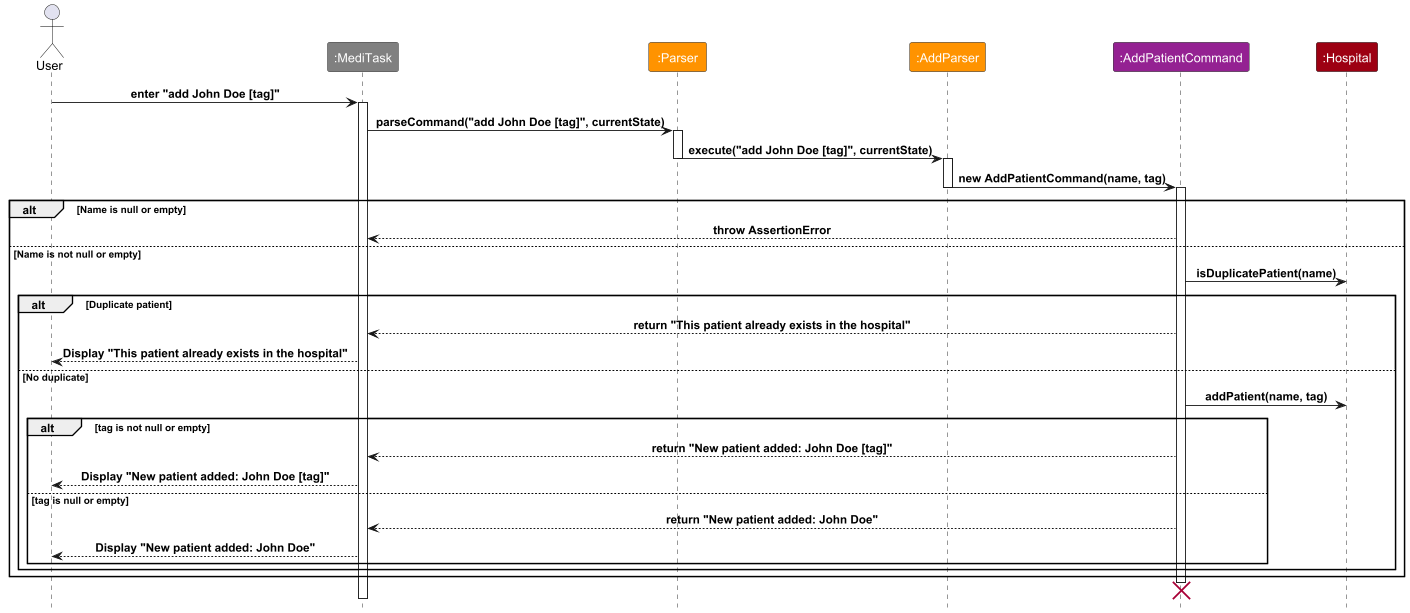
Before: docs/images/AddPatientSequenceDiagram.png, a diagram exported from PlantUML (nus-cs2113-AY2425S1/tp).
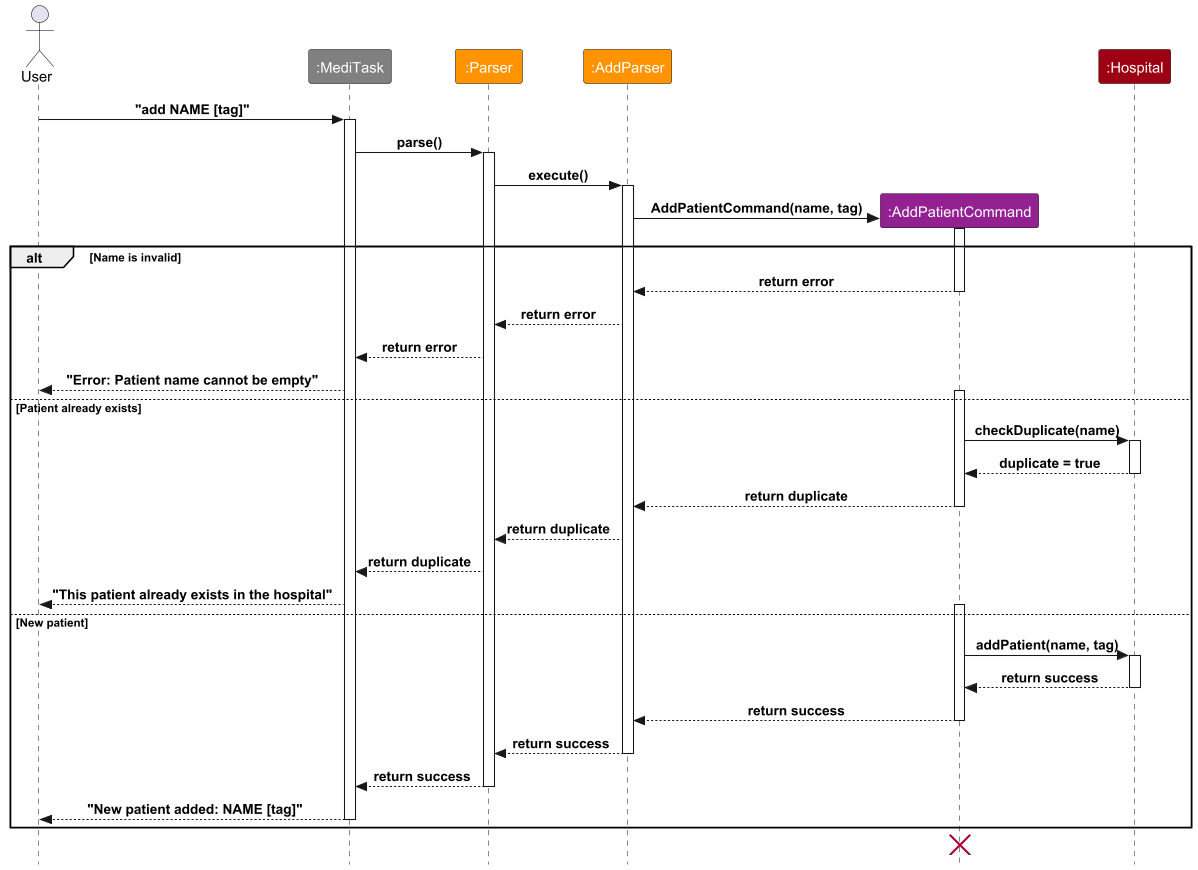
Above is the later version.

Commit message:
Fix Add Patient Sequence Diagram

Changes made:
* Removed unecessary wording to increase readability
* Fixed issue where back arrow skips Parser and AddParser
before returning
* Ensure that object creation is accurately shown

These updates enhance readability,making the diagrams more intuitive
for users to read.

Change to the diagram source:
```diff
@@ -1,7 +1,7 @@
 @startuml
 
 !include style.puml
-skinparam ArrowFormatStyle plain
+skinparam style strictuml
 
 scale 1.5
 
@@ -12,38 +12,50 @@
 participant ":AddPatientCommand" as AddPatientCommand COMMAND_COLOR
 participant ":Hospital" as hospital DATA_COLOR
 
-User -> MediTask : enter "add John Doe [tag]"
+User -> MediTask : "add NAME [tag]"
 activate MediTask
-MediTask -> Parser : parseCommand("add John Doe [tag]", currentState)
+MediTask -> Parser : parse()
 activate Parser
-Parser -> AddParser : execute("add John Doe [tag]", currentState)
-deactivate Parser
+Parser -> AddParser : execute()
+
 activate AddParser
-AddParser -> AddPatientCommand : new AddPatientCommand(name, tag)
-deactivate AddParser
-activate AddPatientCommand
+create AddPatientCommand
+AddParser -> AddPatientCommand : AddPatientCommand(name, tag)
 
-alt Name is null or empty
-    AddPatientCommand --> MediTask : throw AssertionError
-else Name is not null or empty
-    AddPatientCommand -> hospital : isDuplicatePatient(name)
-    alt Duplicate patient
-        AddPatientCommand --> MediTask : return "This patient already exists in the hospital"
-        MediTask --> User : Display "This patient already exists in the hospital"
-    else No duplicate
-        AddPatientCommand -> hospital : addPatient(name, tag)
-        alt tag is not null or empty
-            AddPatientCommand --> MediTask : return "New patient added: John Doe [tag]"
-            MediTask --> User : Display "New patient added: John Doe [tag]"
-        else tag is null or empty
-            AddPatientCommand --> MediTask : return "New patient added: John Doe"
-            MediTask --> User : Display "New patient added: John Doe"
-        end
-    end
+alt Name is invalid
+    activate AddPatientCommand
+    AddPatientCommand --> AddParser : return error
+    deactivate AddPatientCommand
+    AddParser --> Parser : return error
+    Parser --> MediTask : return error
+    MediTask --> User : "Error: Patient name cannot be empty"
+else Patient already exists
+    activate AddPatientCommand
+    AddPatientCommand -> hospital : checkDuplicate(name)
+    activate hospital
+    hospital --> AddPatientCommand : duplicate = true
+    deactivate hospital
+    AddPatientCommand --> AddParser : return duplicate
+    deactivate AddPatientCommand
+    AddParser --> Parser : return duplicate
+    Parser --> MediTask : return duplicate
+    MediTask --> User : "This patient already exists in the hospital"
+else New patient
+    activate AddPatientCommand
+    AddPatientCommand -> hospital : addPatient(name, tag)
+    activate hospital
+    hospital --> AddPatientCommand : return success
+    deactivate hospital
+    AddPatientCommand --> AddParser : return success
+    deactivate AddPatientCommand
+    AddParser --> Parser : return success
+    deactivate AddParser
+    Parser --> MediTask : return success
+    deactivate Parser
+    MediTask --> User : "New patient added: NAME [tag]"
+    deactivate MediTask
 end
 
-deactivate AddPatientCommand
 destroy AddPatientCommand
-deactivate MediTask
 
 @enduml
```
